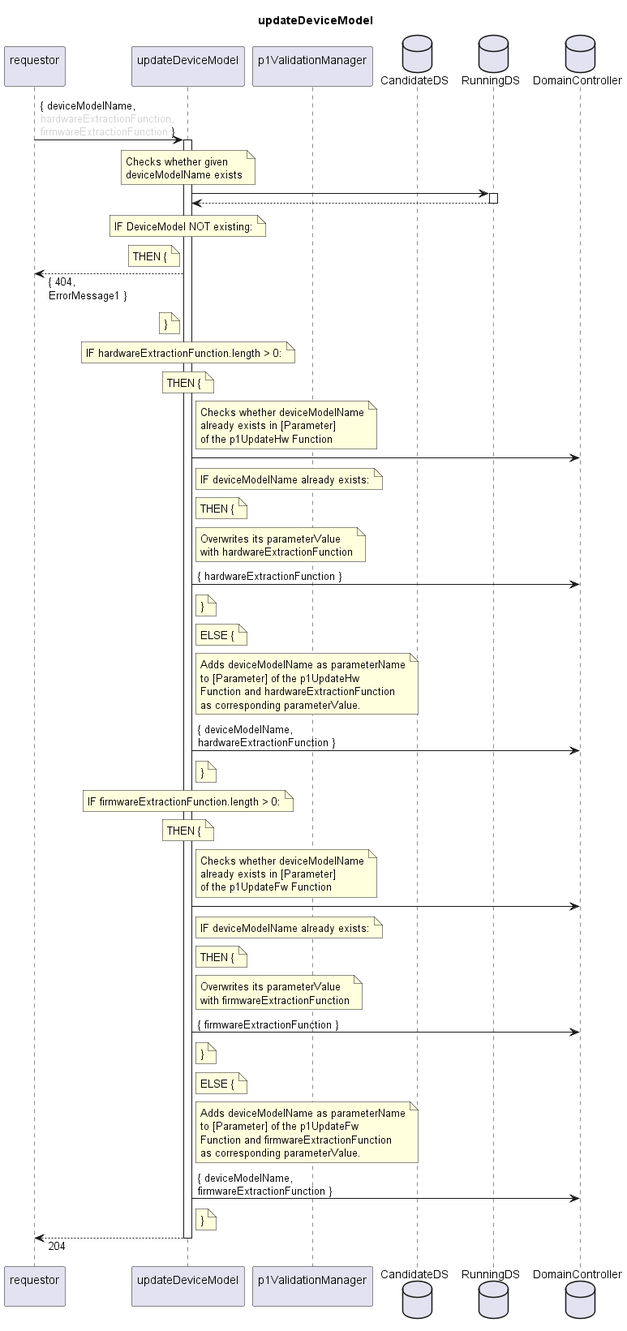
This is spec/Services/updateDeviceModel/1.0.0/updateDeviceModel.png from openBackhaul/FirmWareManager, a PlantUML export, as it was before one commit.
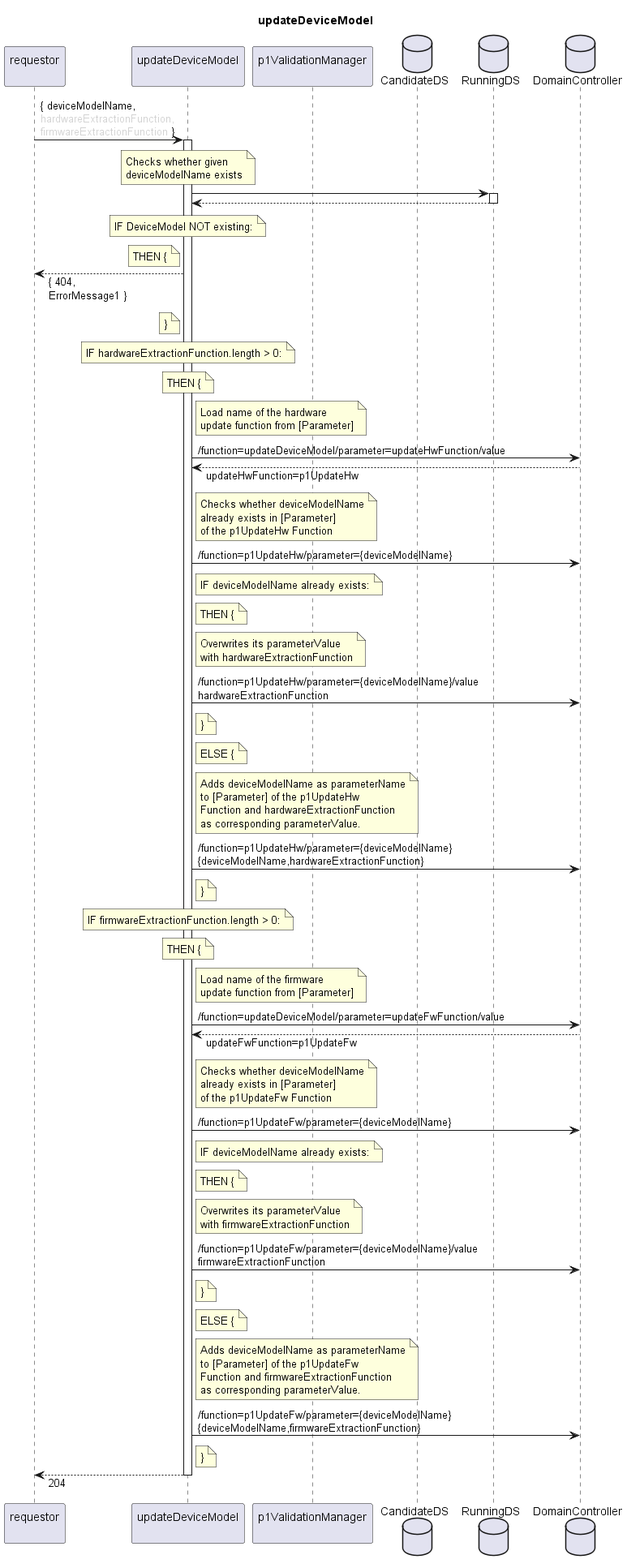
Above is the later version.

Change to the diagram source:
```diff
@@ -42,11 +42,17 @@
     THEN {
   end note
   note right indServ
+    Load name of the hardware
+    update function from [Parameter]
+  end note
+  indServ -> DC: /function=updateDeviceModel/parameter=updateHwFunction/value
+  indServ <-- DC: updateHwFunction=p1UpdateHw
+  note right indServ
     Checks whether deviceModelName
     already exists in [Parameter]
     of the p1UpdateHw Function
   end note
-  indServ -> DC
+  indServ -> DC: /function=p1UpdateHw/parameter={deviceModelName}
   note right indServ
     IF deviceModelName already exists:
   end note
@@ -57,7 +63,7 @@
     Overwrites its parameterValue
     with hardwareExtractionFunction
   end note
-  indServ -> DC: { hardwareExtractionFunction }
+  indServ -> DC: /function=p1UpdateHw/parameter={deviceModelName}/value\nhardwareExtractionFunction
   note right indServ
     }
   end note
@@ -70,7 +76,7 @@
     Function and hardwareExtractionFunction
     as corresponding parameterValue.
   end note
-  indServ -> DC: { deviceModelName,\nhardwareExtractionFunction }
+  indServ -> DC: /function=p1UpdateHw/parameter={deviceModelName}\n{deviceModelName,hardwareExtractionFunction}
   note right indServ
     }
   end note
@@ -82,11 +88,17 @@
     THEN {
   end note
   note right indServ
+    Load name of the firmware
+    update function from [Parameter]
+  end note
+  indServ -> DC: /function=updateDeviceModel/parameter=updateFwFunction/value
+  indServ <-- DC: updateFwFunction=p1UpdateFw
+  note right indServ
     Checks whether deviceModelName
     already exists in [Parameter]
     of the p1UpdateFw Function
   end note
-  indServ -> DC
+  indServ -> DC: /function=p1UpdateFw/parameter={deviceModelName}
   note right indServ
     IF deviceModelName already exists:
   end note
@@ -97,7 +109,7 @@
     Overwrites its parameterValue
     with firmwareExtractionFunction
   end note
-  indServ -> DC: { firmwareExtractionFunction }
+  indServ -> DC: /function=p1UpdateFw/parameter={deviceModelName}/value\nfirmwareExtractionFunction
   note right indServ
     }
   end note
@@ -110,7 +122,7 @@
     Function and firmwareExtractionFunction
     as corresponding parameterValue.
   end note
-  indServ -> DC: { deviceModelName,\nfirmwareExtractionFunction }
+  indServ -> DC: /function=p1UpdateFw/parameter={deviceModelName}\n{deviceModelName,firmwareExtractionFunction}
   note right indServ
     }
   end note
```
